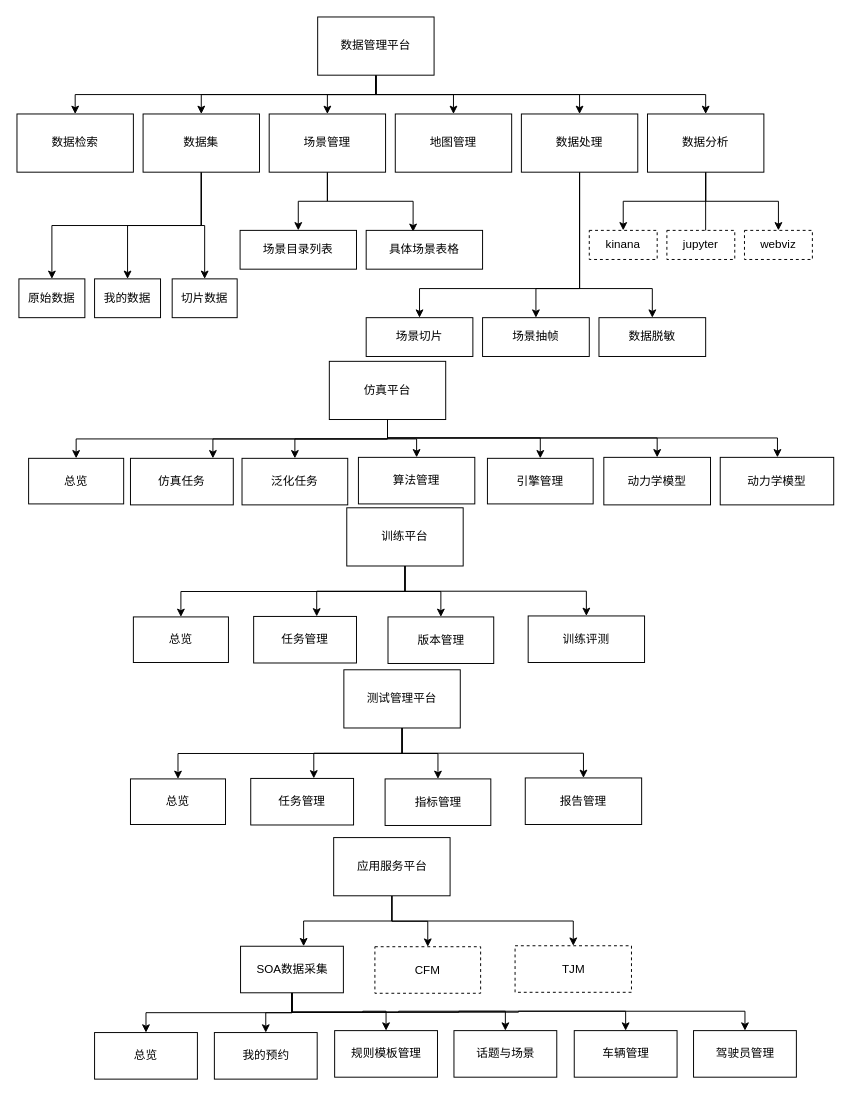
tigershinny/docs keeps this draw.io diagram as arch.drawio. Above is the earlier version. Source tidied: cells renumbered, new cells numbered last; positions are measured from the earlier drawing's top-left corner, leaving out a move shared by most shapes. Both pictures are drawn from the tidied source at 97%, with x=0, y=0 at pixel (16, 16).
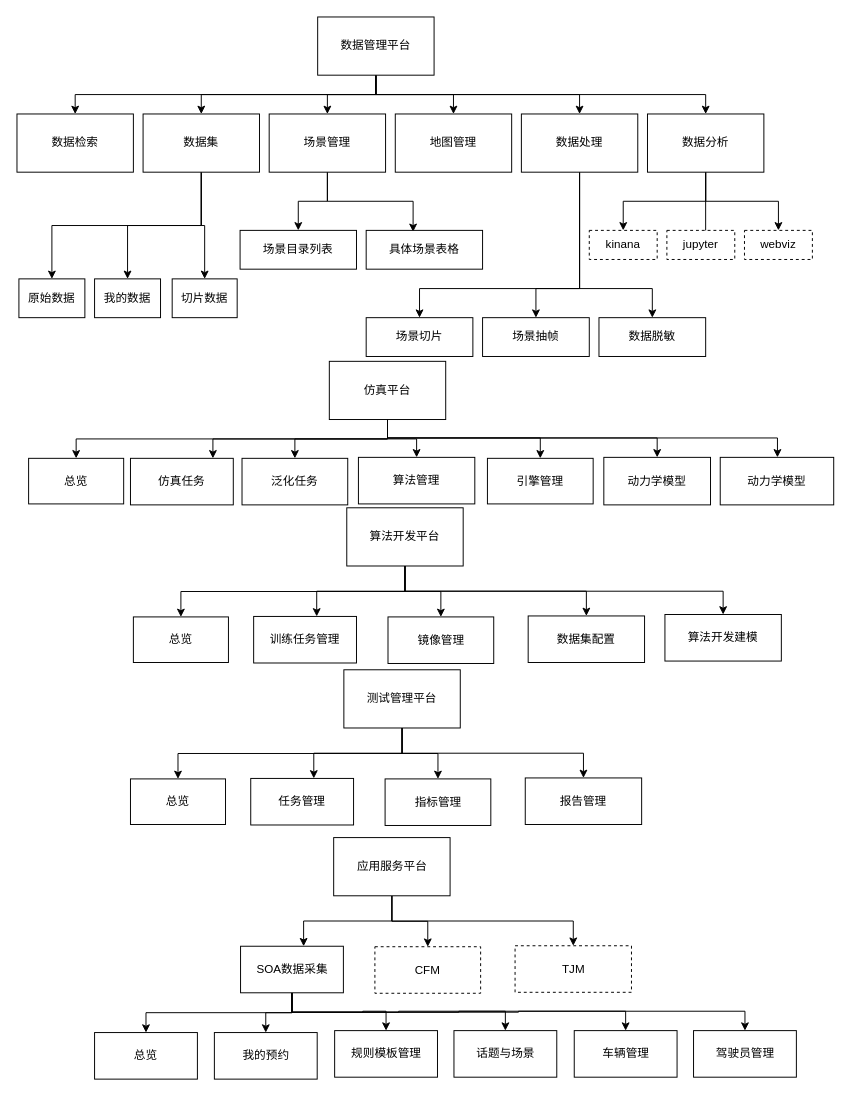
Above is the later version.

Diff of the diagram source:
```diff
@@
+    <mxCell id="90" style="edgeStyle=orthogonalEdgeStyle;rounded=0;jettySize=auto;html=1;" parent="1" edge="1" source="56" target="91">
+      <mxGeometry relative="1" as="geometry">
+        <Array as="points">
+          <mxPoint x="400" y="592" />
+          <mxPoint x="728" y="592" />
+        </Array>
+      </mxGeometry>
+    </mxCell>
-    <mxCell id="56" value="训练平台" style="rounded=0;whiteSpace=wrap;html=1;" parent="1" vertex="1">
+    <mxCell id="56" value="算法开发平台" style="rounded=0;whiteSpace=wrap;html=1;" parent="1" vertex="1">
       <mxGeometry x="340" y="506" width="120" height="60" as="geometry" />
     </mxCell>
@@
-    <mxCell id="58" value="任务管理" style="rounded=0;whiteSpace=wrap;html=1;" parent="1" vertex="1">
+    <mxCell id="58" value="训练任务管理" style="rounded=0;whiteSpace=wrap;html=1;" parent="1" vertex="1">
       <mxGeometry x="244" y="618" width="106" height="48" as="geometry" />
     </mxCell>
-    <mxCell id="59" value="版本管理" style="rounded=0;whiteSpace=wrap;html=1;" parent="1" vertex="1">
+    <mxCell id="59" value="镜像管理" style="rounded=0;whiteSpace=wrap;html=1;" parent="1" vertex="1">
       <mxGeometry x="382.5" y="618.5" width="109" height="48" as="geometry" />
     </mxCell>
-    <mxCell id="60" value="训练评测" style="rounded=0;whiteSpace=wrap;html=1;" parent="1" vertex="1">
+    <mxCell id="60" value="数据集配置" style="rounded=0;whiteSpace=wrap;html=1;" parent="1" vertex="1">
       <mxGeometry x="527" y="617.5" width="120" height="48" as="geometry" />
     </mxCell>
@@
+    <mxCell id="91" value="算法开发建模" style="rounded=0;whiteSpace=wrap;html=1;" parent="1" vertex="1">
+      <mxGeometry x="668" y="616" width="120" height="48" as="geometry" />
+    </mxCell>
```
